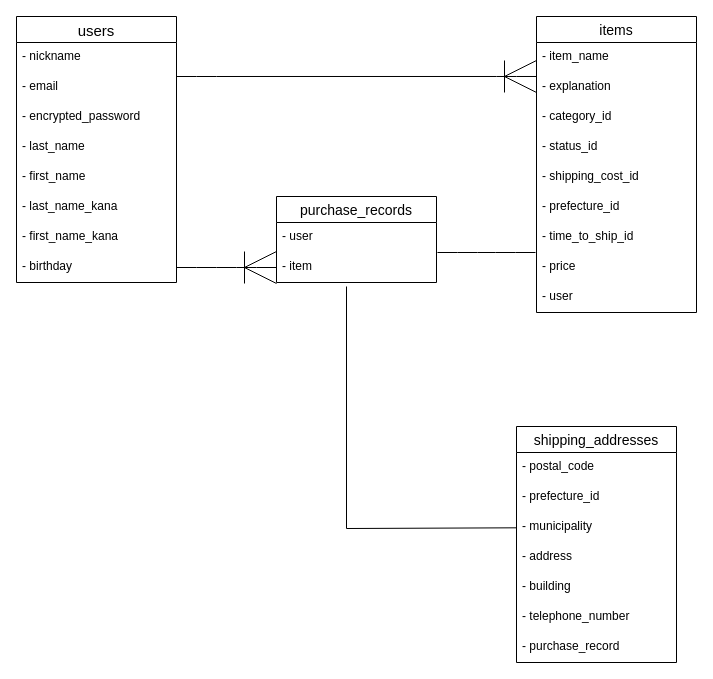
Earlier version of the draw.io diagram er.dio (mocmoc15/furima-36676). Source tidied: cells renumbered, new cells numbered last; positions are measured from the earlier drawing's top-left corner, leaving out a move shared by most shapes. Both pictures are drawn from the tidied source at 100%, with x=0, y=0 at pixel (16, 16).
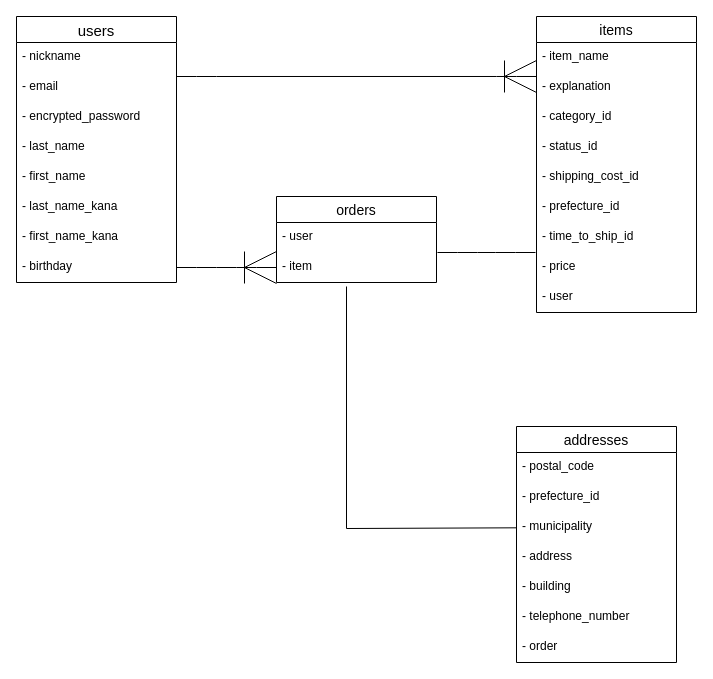
Above is the later version.

Diff of the diagram source:
```diff
@@
-    <mxCell id="21" value="shipping_addresses" style="swimlane;fontStyle=0;horizontal=1;startSize=26;align=center;fontSize=14;" parent="1" vertex="1">
+    <mxCell id="21" value="addresses" style="swimlane;fontStyle=0;horizontal=1;startSize=26;align=center;fontSize=14;" parent="1" vertex="1">
       <mxGeometry x="500" y="410" width="160" height="236" as="geometry" />
     </mxCell>
@@
-    <mxCell id="28" value="- purchase_record" style="text;strokeColor=none;fillColor=none;spacingLeft=4;spacingRight=4;overflow=hidden;fontSize=12;" parent="21" vertex="1">
+    <mxCell id="28" value="- order" style="text;strokeColor=none;fillColor=none;spacingLeft=4;spacingRight=4;overflow=hidden;fontSize=12;" parent="21" vertex="1">
       <mxGeometry y="206" width="160" height="30" as="geometry" />
     </mxCell>
-    <mxCell id="29" value="purchase_records" style="swimlane;fontStyle=0;horizontal=1;startSize=26;align=center;fontSize=14;" parent="1" vertex="1">
+    <mxCell id="29" value="orders" style="swimlane;fontStyle=0;horizontal=1;startSize=26;align=center;fontSize=14;" parent="1" vertex="1">
       <mxGeometry x="260" y="180" width="160" height="86" as="geometry" />
     </mxCell>
```
